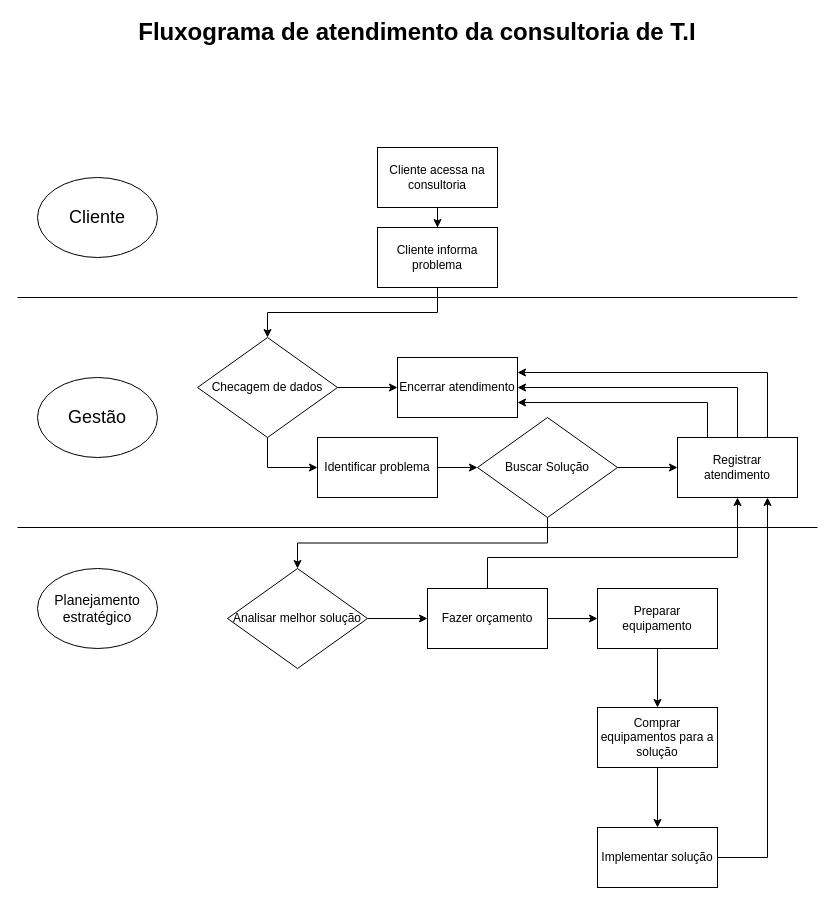
Before: fluxograma.drawio in Thiago163/caneta, a draw.io diagram. Source tidied: cells renumbered, new cells numbered last; positions are measured from the earlier drawing's top-left corner, leaving out a move shared by most shapes. Both pictures are drawn from the tidied source at 100%, with x=0, y=0 at pixel (17, 17).
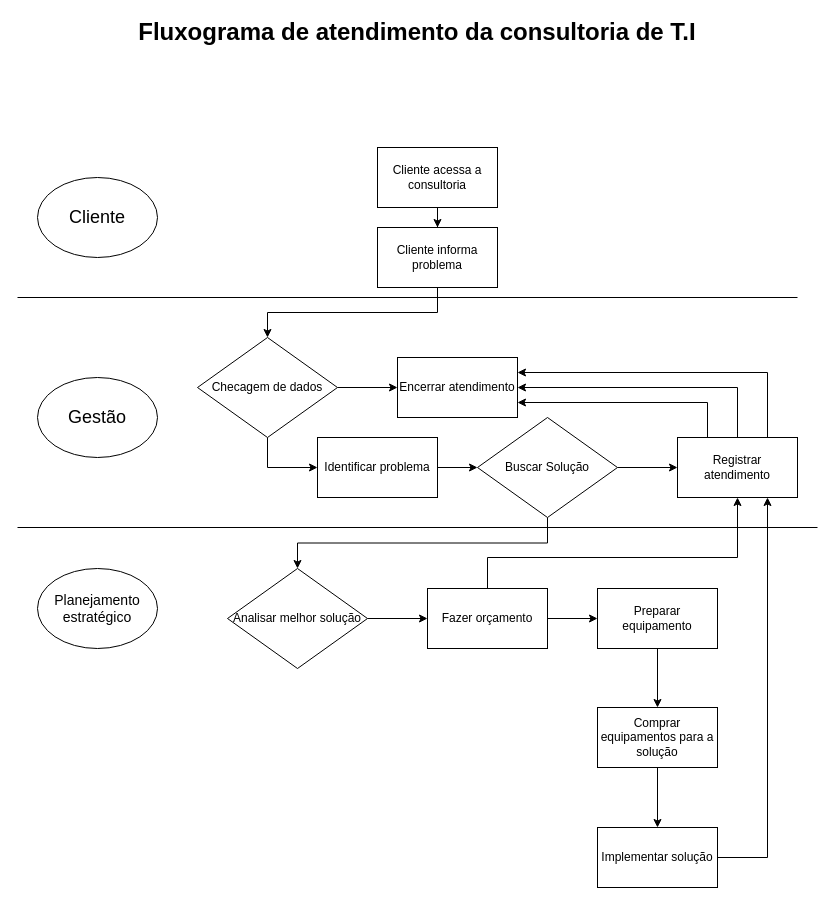
Above is the later version.

What changed in the source:
```diff
@@
-    <mxCell id="3" value="Cliente acessa na consultoria" style="rounded=0;whiteSpace=wrap;html=1;" parent="1" vertex="1">
+    <mxCell id="3" value="Cliente acessa a consultoria" style="rounded=0;whiteSpace=wrap;html=1;" parent="1" vertex="1">
       <mxGeometry x="360" y="130" width="120" height="60" as="geometry" />
     </mxCell>
```
